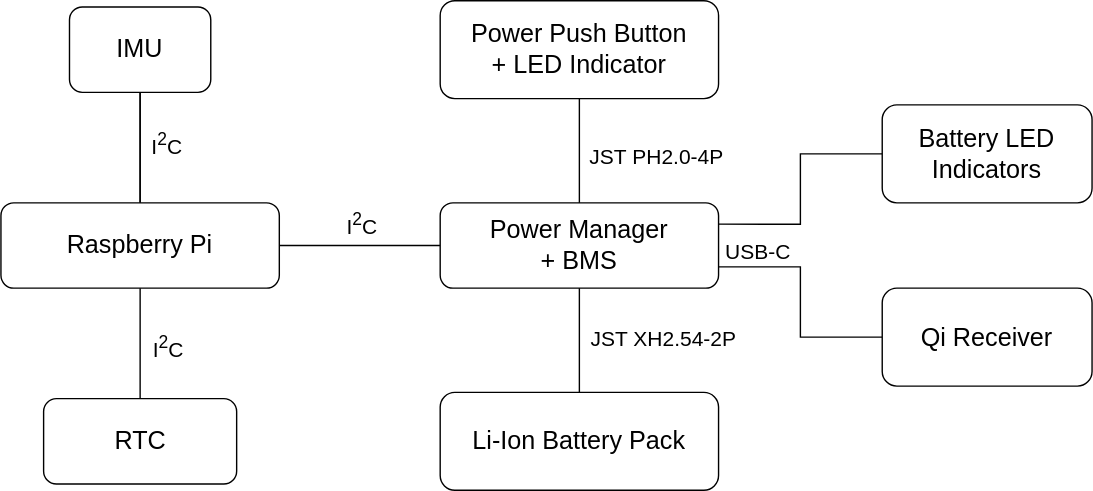
Earlier version of the draw.io export SailTrack Core/hardware-diagram.svg (metisvela/sailtrack). Source tidied: cells renumbered, new cells last; positions are measured from the earlier drawing's top-left corner, leaving out a move shared by most shapes.
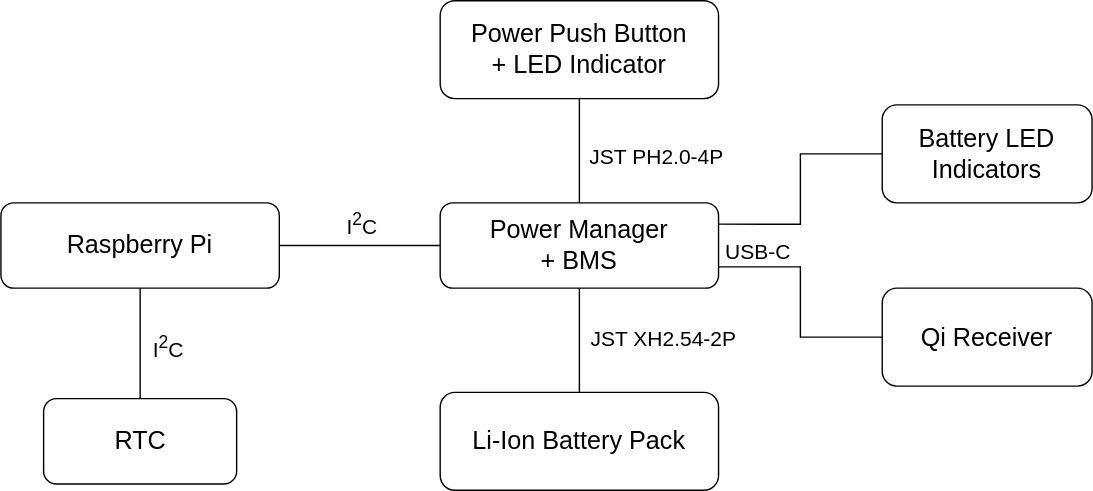
Later version of the same file.

The edit, as a diff of the source:
```diff
@@ -10,9 +10,6 @@
         <mxPoint x="-32.5" y="-33.8" as="offset" />
       </mxGeometry>
     </mxCell>
-    <mxCell id="4" style="edgeStyle=orthogonalEdgeStyle;rounded=0;jettySize=auto;html=1;endArrow=none;endFill=0;fontSize=18;" parent="1" edge="1" source="7" target="19">
-      <mxGeometry relative="1" as="geometry" />
-    </mxCell>
     <mxCell id="5" style="edgeStyle=orthogonalEdgeStyle;rounded=0;jettySize=auto;html=1;exitX=1;exitY=0.5;exitDx=0;exitDy=0;entryX=0;entryY=0.5;entryDx=0;entryDy=0;endArrow=none;endFill=0;fontSize=18;" parent="1" edge="1" source="7" target="9">
       <mxGeometry relative="1" as="geometry" />
     </mxCell>
@@ -55,17 +52,6 @@
     <mxCell id="16" value="Qi Receiver" style="rounded=1;whiteSpace=wrap;html=1;fontSize=18;" parent="1" vertex="1">
       <mxGeometry x="630" y="205.5" width="150" height="70" as="geometry" />
     </mxCell>
-    <mxCell id="17" style="edgeStyle=orthogonalEdgeStyle;rounded=0;jettySize=auto;html=1;exitX=0.5;exitY=1;exitDx=0;exitDy=0;entryX=0.5;entryY=0;entryDx=0;entryDy=0;endArrow=none;endFill=0;fontSize=18;" parent="1" edge="1" source="19" target="7">
-      <mxGeometry relative="1" as="geometry" />
-    </mxCell>
-    <mxCell id="18" value="I&lt;sup&gt;2&lt;/sup&gt;C" style="edgeLabel;html=1;align=left;verticalAlign=middle;fontSize=15;" parent="17" vertex="1">
-      <mxGeometry x="0.07" y="2" relative="1" as="geometry">
-        <mxPoint x="4" y="-5" as="offset" />
-      </mxGeometry>
-    </mxCell>
-    <mxCell id="19" value="IMU" style="rounded=1;whiteSpace=wrap;html=1;fontSize=18;" parent="1" vertex="1">
-      <mxGeometry x="49" y="4.5" width="101" height="61" as="geometry" />
-    </mxCell>
     <mxCell id="20" style="edgeStyle=orthogonalEdgeStyle;rounded=0;jettySize=auto;html=1;exitX=0.5;exitY=0;exitDx=0;exitDy=0;entryX=0.5;entryY=1;entryDx=0;entryDy=0;endArrow=none;endFill=0;fontSize=18;" parent="1" edge="1" source="22" target="7">
       <mxGeometry relative="1" as="geometry" />
     </mxCell>
```
